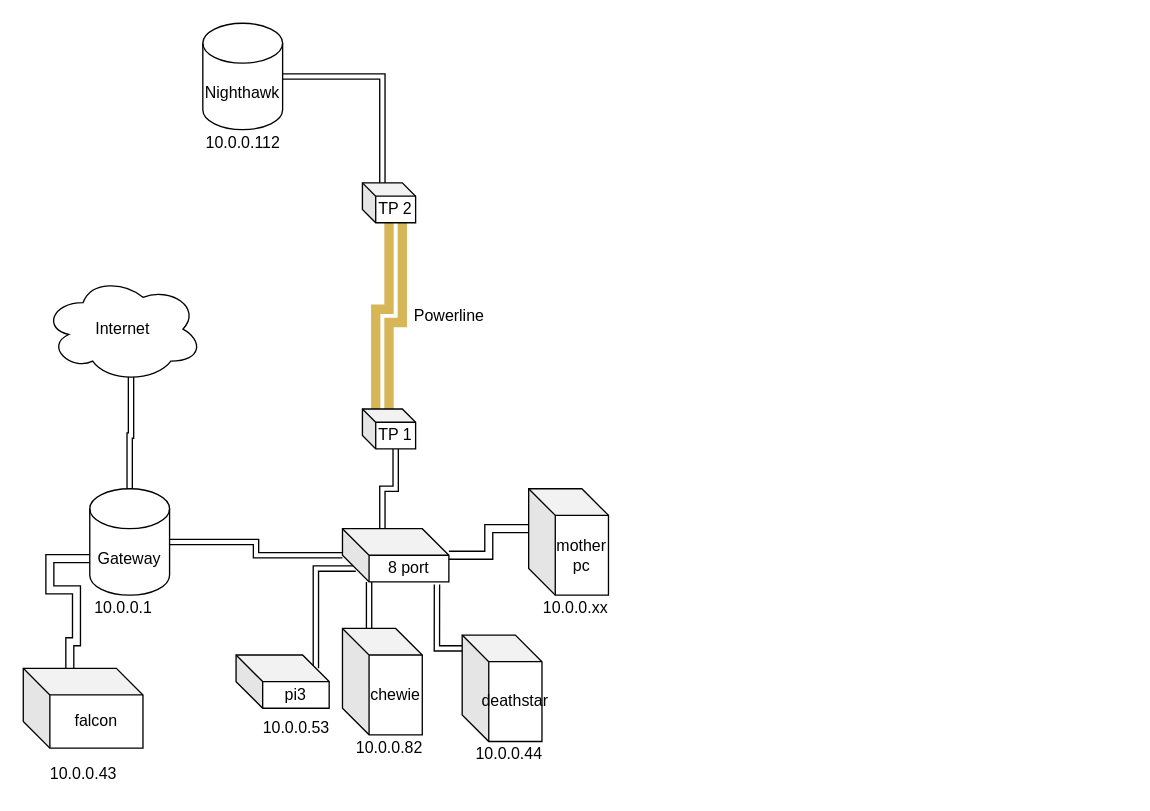
The draw.io diagram Home-Network.drawio in SomethingGeneric/SomethingGeneric, before the edit. Source tidied: cells renumbered, new cells numbered last; positions are measured from the earlier drawing's top-left corner, leaving out a move shared by most shapes. Both pictures are drawn from the tidied source at 133%, with x=0, y=0 at pixel (23, 23).
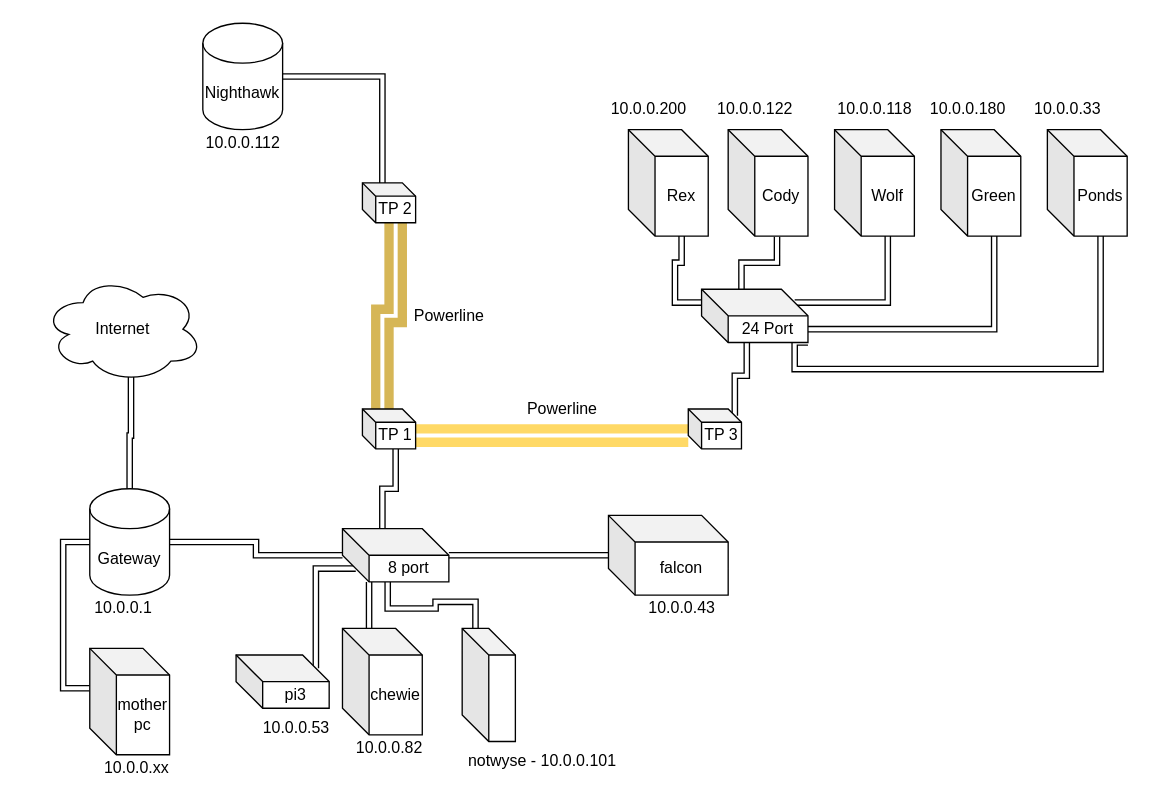
The same page after the edit.

Unchanged cells that the change refers to:
```xml
<mxCell id="3" value="Gateway" style="shape=cylinder3;whiteSpace=wrap;html=1;boundedLbl=1;backgroundOutline=1;size=15;" parent="1" vertex="1">
  <mxGeometry x="50" y="350" width="60" height="80" as="geometry" />
</mxCell>
<mxCell id="7" value="8 port" style="shape=cube;whiteSpace=wrap;html=1;boundedLbl=1;backgroundOutline=1;darkOpacity=0.05;darkOpacity2=0.1;" parent="1" vertex="1">
  <mxGeometry x="240" y="380" width="80" height="40" as="geometry" />
</mxCell>
<mxCell id="15" value="TP 1" style="shape=cube;whiteSpace=wrap;html=1;boundedLbl=1;backgroundOutline=1;darkOpacity=0.05;darkOpacity2=0.1;size=10;" parent="1" vertex="1">
  <mxGeometry x="255" y="290" width="40" height="30" as="geometry" />
</mxCell>
```

The edit, as a diff of the source:
```diff
@@
     <mxCell id="8" value="falcon&lt;br&gt;" style="shape=cube;whiteSpace=wrap;html=1;boundedLbl=1;backgroundOutline=1;darkOpacity=0.05;darkOpacity2=0.1;" parent="1" vertex="1">
-      <mxGeometry y="485" width="90" height="60" as="geometry" />
+      <mxGeometry x="440" y="370" width="90" height="60" as="geometry" />
     </mxCell>
     <mxCell id="9" value="10.0.0.43" style="text;html=1;align=center;verticalAlign=middle;fillColor=none;strokeColor=none;rounded=0;" parent="1" vertex="1">
-      <mxGeometry x="10" y="555" width="70" height="20" as="geometry" />
+      <mxGeometry x="460" y="430" width="70" height="20" as="geometry" />
     </mxCell>
@@
+    <mxCell id="31" style="edgeStyle=orthogonalEdgeStyle;shape=link;rounded=0;jettySize=auto;html=1;exitX=0;exitY=0;exitDx=40;exitDy=20;exitPerimeter=0;entryX=0;entryY=0;entryDx=0;entryDy=20;entryPerimeter=0;strokeColor=#FFD966;strokeWidth=7;" parent="1" edge="1" source="15" target="38">
+      <mxGeometry relative="1" as="geometry" />
+    </mxCell>
@@
-    <mxCell id="22" style="edgeStyle=orthogonalEdgeStyle;shape=link;rounded=0;jettySize=auto;html=1;exitX=0;exitY=0;exitDx=35;exitDy=0;exitPerimeter=0;entryX=0;entryY=0;entryDx=0;entryDy=52.5;entryPerimeter=0;width=-6;" parent="1" edge="1" source="8" target="3">
-      <mxGeometry relative="1" as="geometry">
-        <Array as="points">
-          <mxPoint x="35" y="465" />
-          <mxPoint x="40" y="465" />
-          <mxPoint x="40" y="426" />
-          <mxPoint x="20" y="426" />
-          <mxPoint x="20" y="403" />
-        </Array>
-      </mxGeometry>
-    </mxCell>
-    <mxCell id="23" value="deathstar" style="shape=cube;whiteSpace=wrap;html=1;boundedLbl=1;backgroundOutline=1;darkOpacity=0.05;darkOpacity2=0.1;" parent="1" vertex="1">
-      <mxGeometry x="330" y="460" width="60" height="80" as="geometry" />
-    </mxCell>
-    <mxCell id="24" value="10.0.0.44" style="text;html=1;align=center;verticalAlign=middle;fillColor=none;strokeColor=none;rounded=0;" parent="1" vertex="1">
-      <mxGeometry x="330" y="540" width="70" height="20" as="geometry" />
-    </mxCell>
-    <mxCell id="25" style="edgeStyle=orthogonalEdgeStyle;shape=link;rounded=0;jettySize=auto;html=1;exitX=0.888;exitY=1.05;exitDx=0;exitDy=0;exitPerimeter=0;width=-4;" parent="1" edge="1" source="7" target="23">
-      <mxGeometry relative="1" as="geometry">
-        <Array as="points">
-          <mxPoint x="311" y="470" />
-        </Array>
-      </mxGeometry>
-    </mxCell>
@@
+    <mxCell id="32" style="edgeStyle=orthogonalEdgeStyle;shape=link;rounded=0;jettySize=auto;html=1;exitX=0;exitY=0;exitDx=0;exitDy=30;exitPerimeter=0;entryX=0;entryY=0.5;entryDx=0;entryDy=0;entryPerimeter=0;strokeColor=#000000;strokeWidth=1;" parent="1" edge="1" source="28" target="3">
+      <mxGeometry relative="1" as="geometry" />
+    </mxCell>
     <mxCell id="28" value="mother pc" style="shape=cube;whiteSpace=wrap;html=1;boundedLbl=1;backgroundOutline=1;darkOpacity=0.05;darkOpacity2=0.1;" parent="1" vertex="1">
-      <mxGeometry x="380" y="350" width="60" height="80" as="geometry" />
+      <mxGeometry x="50" y="470" width="60" height="80" as="geometry" />
     </mxCell>
     <mxCell id="29" value="10.0.0.xx" style="text;html=1;align=center;verticalAlign=middle;fillColor=none;strokeColor=none;rounded=0;" parent="1" vertex="1">
-      <mxGeometry x="385" y="430" width="60" height="20" as="geometry" />
+      <mxGeometry x="55" y="550" width="60" height="20" as="geometry" />
     </mxCell>
-    <mxCell id="30" style="edgeStyle=orthogonalEdgeStyle;shape=link;rounded=0;jettySize=auto;html=1;exitX=0;exitY=0;exitDx=80;exitDy=20;exitPerimeter=0;entryX=0;entryY=0;entryDx=0;entryDy=30;entryPerimeter=0;width=6;" parent="1" edge="1" source="7" target="28">
-      <mxGeometry relative="1" as="geometry" />
-    </mxCell>
+    <mxCell id="33" style="endArrow=none;html=1;rounded=0;shape=link;" parent="1" edge="1" source="8">
+      <mxGeometry relative="1" as="geometry">
+        <mxPoint x="320" y="400" as="targetPoint" />
+        <Array as="points">
+          <mxPoint x="400" y="400" />
+        </Array>
+      </mxGeometry>
+    </mxCell>
+    <mxCell id="34" style="edgeStyle=orthogonalEdgeStyle;shape=link;rounded=0;jettySize=auto;html=1;exitX=0;exitY=0;exitDx=10;exitDy=0;exitPerimeter=0;entryX=0.425;entryY=1;entryDx=0;entryDy=0;entryPerimeter=0;" parent="1" edge="1" source="35" target="7">
+      <mxGeometry relative="1" as="geometry" />
+    </mxCell>
+    <mxCell id="35" style="shape=cube;whiteSpace=wrap;html=1;boundedLbl=1;backgroundOutline=1;darkOpacity=0.05;darkOpacity2=0.1;" parent="1" vertex="1">
+      <mxGeometry x="330" y="455" width="40" height="85" as="geometry" />
+    </mxCell>
+    <mxCell id="36" value="notwyse - 10.0.0.101" style="text;html=1;align=center;verticalAlign=middle;strokeColor=none;fillColor=none;" parent="1" vertex="1">
+      <mxGeometry x="320" y="540" width="140" height="30" as="geometry" />
+    </mxCell>
+    <mxCell id="37" style="edgeStyle=orthogonalEdgeStyle;shape=link;rounded=0;jettySize=auto;html=1;exitX=0;exitY=0;exitDx=35;exitDy=5;exitPerimeter=0;entryX=0.425;entryY=0.975;entryDx=0;entryDy=0;entryPerimeter=0;strokeColor=#000000;strokeWidth=1;" parent="1" edge="1" source="38" target="44">
+      <mxGeometry relative="1" as="geometry" />
+    </mxCell>
+    <mxCell id="38" value="TP 3" style="shape=cube;whiteSpace=wrap;html=1;boundedLbl=1;backgroundOutline=1;darkOpacity=0.05;darkOpacity2=0.1;size=10;" parent="1" vertex="1">
+      <mxGeometry x="500" y="290" width="40" height="30" as="geometry" />
+    </mxCell>
+    <mxCell id="39" style="edgeStyle=orthogonalEdgeStyle;shape=link;rounded=0;jettySize=auto;html=1;exitX=0;exitY=0;exitDx=0;exitDy=10;exitPerimeter=0;strokeColor=#000000;strokeWidth=1;entryX=0;entryY=0;entryDx=40;entryDy=80;entryPerimeter=0;" parent="1" edge="1" source="44" target="45">
+      <mxGeometry relative="1" as="geometry" />
+    </mxCell>
+    <mxCell id="40" style="edgeStyle=orthogonalEdgeStyle;shape=link;rounded=0;jettySize=auto;html=1;exitX=0;exitY=0;exitDx=30;exitDy=0;exitPerimeter=0;strokeColor=#000000;strokeWidth=1;entryX=0.612;entryY=1.007;entryDx=0;entryDy=0;entryPerimeter=0;" parent="1" edge="1" source="44" target="46">
+      <mxGeometry relative="1" as="geometry" />
+    </mxCell>
+    <mxCell id="41" style="edgeStyle=orthogonalEdgeStyle;shape=link;rounded=0;jettySize=auto;html=1;exitX=0;exitY=0;exitDx=70;exitDy=10;exitPerimeter=0;strokeColor=#000000;strokeWidth=1;entryX=0;entryY=0;entryDx=40;entryDy=80;entryPerimeter=0;" parent="1" edge="1" source="44" target="47">
+      <mxGeometry relative="1" as="geometry" />
+    </mxCell>
+    <mxCell id="42" style="edgeStyle=orthogonalEdgeStyle;shape=link;rounded=0;jettySize=auto;html=1;exitX=0;exitY=0;exitDx=80;exitDy=30;exitPerimeter=0;strokeColor=#000000;strokeWidth=1;entryX=0;entryY=0;entryDx=40;entryDy=80;entryPerimeter=0;" parent="1" edge="1" source="44" target="48">
+      <mxGeometry relative="1" as="geometry" />
+    </mxCell>
+    <mxCell id="43" style="edgeStyle=orthogonalEdgeStyle;shape=link;rounded=0;jettySize=auto;html=1;exitX=1;exitY=1;exitDx=0;exitDy=0;exitPerimeter=0;entryX=0;entryY=0;entryDx=40;entryDy=80;entryPerimeter=0;strokeColor=#000000;strokeWidth=1;" parent="1" edge="1" source="44" target="49">
+      <mxGeometry relative="1" as="geometry">
+        <Array as="points">
+          <mxPoint x="580" y="240" />
+          <mxPoint x="580" y="260" />
+          <mxPoint x="810" y="260" />
+        </Array>
+      </mxGeometry>
+    </mxCell>
+    <mxCell id="44" value="&lt;div&gt;24 Port&lt;/div&gt;" style="shape=cube;whiteSpace=wrap;html=1;boundedLbl=1;backgroundOutline=1;darkOpacity=0.05;darkOpacity2=0.1;" parent="1" vertex="1">
+      <mxGeometry x="510" y="200" width="80" height="40" as="geometry" />
+    </mxCell>
+    <mxCell id="45" value="Rex" style="shape=cube;whiteSpace=wrap;html=1;boundedLbl=1;backgroundOutline=1;darkOpacity=0.05;darkOpacity2=0.1;" parent="1" vertex="1">
+      <mxGeometry x="455" y="80" width="60" height="80" as="geometry" />
+    </mxCell>
+    <mxCell id="46" value="&lt;div&gt;Cody&lt;/div&gt;" style="shape=cube;whiteSpace=wrap;html=1;boundedLbl=1;backgroundOutline=1;darkOpacity=0.05;darkOpacity2=0.1;" parent="1" vertex="1">
+      <mxGeometry x="530" y="80" width="60" height="80" as="geometry" />
+    </mxCell>
+    <mxCell id="47" value="Wolf" style="shape=cube;whiteSpace=wrap;html=1;boundedLbl=1;backgroundOutline=1;darkOpacity=0.05;darkOpacity2=0.1;" parent="1" vertex="1">
+      <mxGeometry x="610" y="80" width="60" height="80" as="geometry" />
+    </mxCell>
+    <mxCell id="48" value="&lt;div&gt;Green&lt;/div&gt;" style="shape=cube;whiteSpace=wrap;html=1;boundedLbl=1;backgroundOutline=1;darkOpacity=0.05;darkOpacity2=0.1;" parent="1" vertex="1">
+      <mxGeometry x="690" y="80" width="60" height="80" as="geometry" />
+    </mxCell>
+    <mxCell id="49" value="Ponds" style="shape=cube;whiteSpace=wrap;html=1;boundedLbl=1;backgroundOutline=1;darkOpacity=0.05;darkOpacity2=0.1;" parent="1" vertex="1">
+      <mxGeometry x="770" y="80" width="60" height="80" as="geometry" />
+    </mxCell>
+    <mxCell id="50" value="Powerline" style="text;html=1;align=center;verticalAlign=middle;fillColor=none;strokeColor=none;rounded=0;" parent="1" vertex="1">
+      <mxGeometry x="370" y="280" width="70" height="20" as="geometry" />
+    </mxCell>
+    <mxCell id="51" value="10.0.0.200" style="text;html=1;align=center;verticalAlign=middle;strokeColor=none;fillColor=none;" parent="1" vertex="1">
+      <mxGeometry x="430" y="50" width="80" height="30" as="geometry" />
+    </mxCell>
+    <mxCell id="52" value="10.0.0.122" style="text;html=1;align=center;verticalAlign=middle;strokeColor=none;fillColor=none;" parent="1" vertex="1">
+      <mxGeometry x="510" y="50" width="80" height="30" as="geometry" />
+    </mxCell>
+    <mxCell id="53" value="10.0.0.118" style="text;html=1;align=center;verticalAlign=middle;strokeColor=none;fillColor=none;" parent="1" vertex="1">
+      <mxGeometry x="600" y="50" width="80" height="30" as="geometry" />
+    </mxCell>
+    <mxCell id="54" value="10.0.0.180" style="text;html=1;align=center;verticalAlign=middle;strokeColor=none;fillColor=none;" parent="1" vertex="1">
+      <mxGeometry x="670" y="50" width="80" height="30" as="geometry" />
+    </mxCell>
+    <mxCell id="55" value="10.0.0.33" style="text;html=1;align=center;verticalAlign=middle;strokeColor=none;fillColor=none;" parent="1" vertex="1">
+      <mxGeometry x="750" y="50" width="70" height="30" as="geometry" />
+    </mxCell>
```
